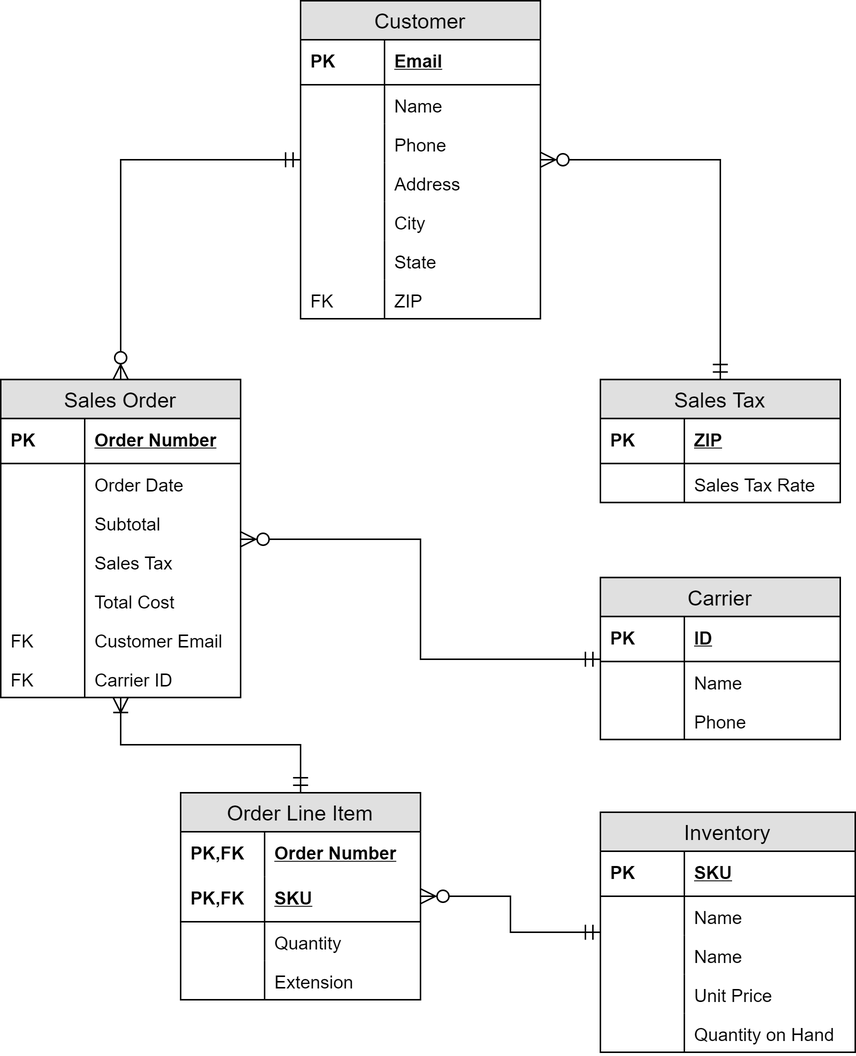
The draw.io diagram images/normal-step10.png in accountingarchitecture/accountingarchitecture.github.io, before a commit. Source tidied: cells renumbered, new cells last; positions are measured from the earlier drawing's top-left corner, leaving out a move shared by most shapes.
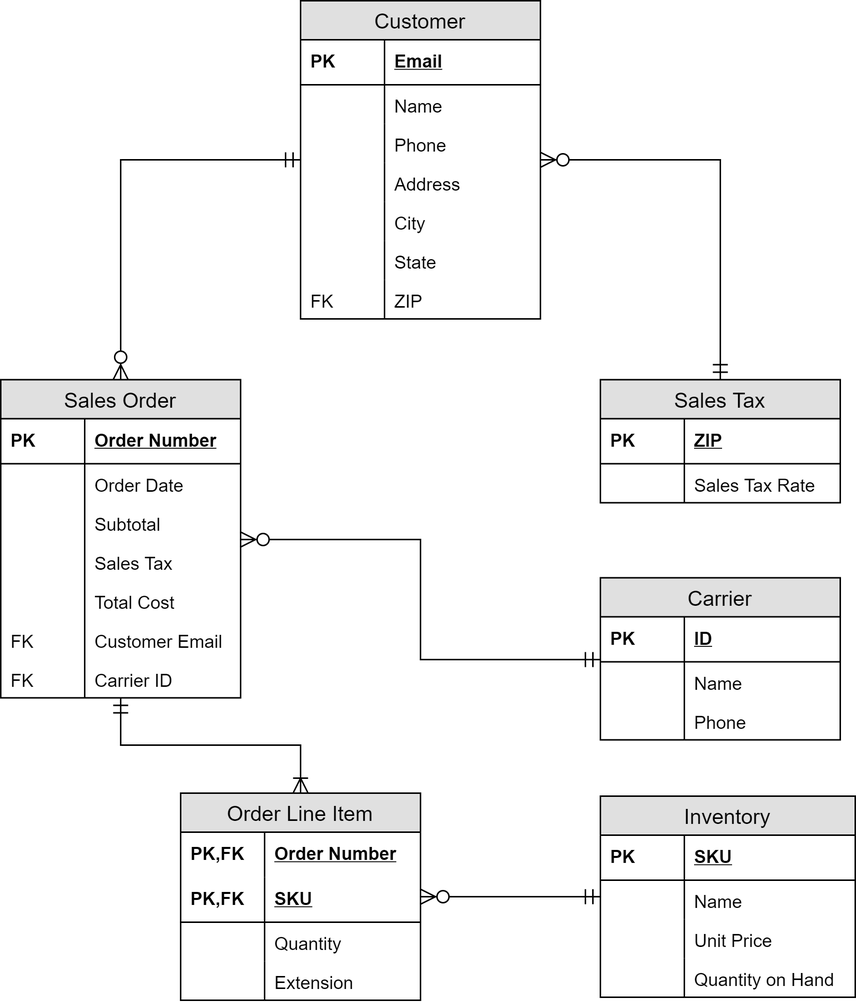
After the commit.

The edit, as a diff of the source:
```diff
@@ -2,7 +2,7 @@
   <root>
     <mxCell id="0" />
     <mxCell id="1" parent="0" />
-    <mxCell id="2" style="edgeStyle=orthogonalEdgeStyle;rounded=0;jettySize=auto;html=1;endSize=8;startSize=8;startArrow=ERmandOne;startFill=0;endArrow=ERzeroToMany;endFill=1;" parent="1" edge="1" source="3" target="44">
+    <mxCell id="2" style="edgeStyle=orthogonalEdgeStyle;rounded=0;jettySize=auto;html=1;endSize=8;startSize=8;startArrow=ERmandOne;startFill=0;endArrow=ERzeroToMany;endFill=1;" parent="1" edge="1" source="3" target="42">
       <mxGeometry relative="1" as="geometry">
         <Array as="points">
           <mxPoint x="80" y="106" />
@@ -54,7 +54,7 @@
     <mxCell id="17" value="FK" style="shape=partialRectangle;top=0;left=0;bottom=0;fillColor=none;align=left;verticalAlign=top;spacingLeft=4;spacingRight=4;overflow=hidden;fontSize=12;" parent="16" vertex="1">
       <mxGeometry width="56" height="26" as="geometry" />
     </mxCell>
-    <mxCell id="18" style="edgeStyle=orthogonalEdgeStyle;rounded=0;jettySize=auto;html=1;endSize=8;startSize=8;startArrow=ERmandOne;startFill=0;endArrow=ERzeroToMany;endFill=1;" parent="1" edge="1" source="19" target="44">
+    <mxCell id="18" style="edgeStyle=orthogonalEdgeStyle;rounded=0;jettySize=auto;html=1;endSize=8;startSize=8;startArrow=ERmandOne;startFill=0;endArrow=ERzeroToMany;endFill=1;" parent="1" edge="1" source="19" target="42">
       <mxGeometry relative="1" as="geometry" />
     </mxCell>
     <mxCell id="19" value="Carrier" style="swimlane;fontStyle=0;horizontal=1;startSize=26;fillColor=#e0e0e0;swimlaneFillColor=#ffffff;align=center;fontSize=14;" parent="1" vertex="1">
@@ -100,11 +100,11 @@
     <mxCell id="31" style="shape=partialRectangle;top=0;left=0;bottom=0;fillColor=none;align=left;verticalAlign=top;spacingLeft=4;spacingRight=4;overflow=hidden;fontSize=12;" parent="30" vertex="1">
       <mxGeometry width="56" height="26" as="geometry" />
     </mxCell>
-    <mxCell id="32" style="edgeStyle=orthogonalEdgeStyle;rounded=0;jettySize=auto;html=1;startArrow=ERmandOne;startFill=0;startSize=8;endArrow=ERzeroToMany;endFill=1;endSize=8;" parent="1" edge="1" source="33" target="60">
+    <mxCell id="32" style="edgeStyle=orthogonalEdgeStyle;rounded=0;jettySize=auto;html=1;startArrow=ERmandOne;startFill=0;startSize=8;endArrow=ERzeroToMany;endFill=1;endSize=8;" parent="1" edge="1" source="33" target="58">
       <mxGeometry relative="1" as="geometry" />
     </mxCell>
     <mxCell id="33" value="Inventory" style="swimlane;fontStyle=0;horizontal=1;startSize=26;fillColor=#e0e0e0;swimlaneFillColor=#ffffff;align=center;fontSize=14;" parent="1" vertex="1">
-      <mxGeometry x="400" y="541" width="170" height="160" as="geometry" />
+      <mxGeometry x="400" y="530" width="170" height="134" as="geometry" />
     </mxCell>
     <mxCell id="34" value="SKU" style="shape=partialRectangle;top=0;left=0;right=0;bottom=1;align=left;verticalAlign=middle;fillColor=none;spacingLeft=60;spacingRight=4;overflow=hidden;fontStyle=5;fontSize=12;" parent="33" vertex="1">
       <mxGeometry y="26" width="170" height="30" as="geometry" />
@@ -118,98 +118,92 @@
     <mxCell id="37" style="shape=partialRectangle;top=0;left=0;bottom=0;fillColor=none;align=left;verticalAlign=top;spacingLeft=4;spacingRight=4;overflow=hidden;fontSize=12;" parent="36" vertex="1">
       <mxGeometry width="56" height="26" as="geometry" />
     </mxCell>
-    <mxCell id="38" value="Name" style="shape=partialRectangle;top=0;left=0;right=0;bottom=0;align=left;verticalAlign=top;fillColor=none;spacingLeft=60;spacingRight=4;overflow=hidden;fontSize=12;" parent="33" vertex="1">
+    <mxCell id="38" value="Unit Price" style="shape=partialRectangle;top=0;left=0;right=0;bottom=0;align=left;verticalAlign=top;fillColor=none;spacingLeft=60;spacingRight=4;overflow=hidden;fontSize=12;" parent="33" vertex="1">
       <mxGeometry y="82" width="170" height="26" as="geometry" />
     </mxCell>
     <mxCell id="39" style="shape=partialRectangle;top=0;left=0;bottom=0;fillColor=none;align=left;verticalAlign=top;spacingLeft=4;spacingRight=4;overflow=hidden;fontSize=12;" parent="38" vertex="1">
       <mxGeometry width="56" height="26" as="geometry" />
     </mxCell>
-    <mxCell id="40" value="Unit Price" style="shape=partialRectangle;top=0;left=0;right=0;bottom=0;align=left;verticalAlign=top;fillColor=none;spacingLeft=60;spacingRight=4;overflow=hidden;fontSize=12;" parent="33" vertex="1">
+    <mxCell id="40" value="Quantity on Hand" style="shape=partialRectangle;top=0;left=0;right=0;bottom=0;align=left;verticalAlign=top;fillColor=none;spacingLeft=60;spacingRight=4;overflow=hidden;fontSize=12;" parent="33" vertex="1">
       <mxGeometry y="108" width="170" height="26" as="geometry" />
     </mxCell>
     <mxCell id="41" style="shape=partialRectangle;top=0;left=0;bottom=0;fillColor=none;align=left;verticalAlign=top;spacingLeft=4;spacingRight=4;overflow=hidden;fontSize=12;" parent="40" vertex="1">
       <mxGeometry width="56" height="26" as="geometry" />
     </mxCell>
-    <mxCell id="42" value="Quantity on Hand" style="shape=partialRectangle;top=0;left=0;right=0;bottom=0;align=left;verticalAlign=top;fillColor=none;spacingLeft=60;spacingRight=4;overflow=hidden;points=[[0,0.5],[1,0.5]];portConstraint=eastwest;fontSize=12;" parent="33" vertex="1">
-      <mxGeometry y="134" width="170" height="26" as="geometry" />
+    <mxCell id="42" value="Sales Order" style="swimlane;fontStyle=0;horizontal=1;startSize=26;fillColor=#e0e0e0;swimlaneFillColor=#ffffff;align=center;fontSize=14;" parent="1" vertex="1">
+      <mxGeometry y="252.5" width="160" height="212" as="geometry" />
     </mxCell>
-    <mxCell id="43" style="shape=partialRectangle;top=0;left=0;bottom=0;fillColor=none;align=left;verticalAlign=top;spacingLeft=4;spacingRight=4;overflow=hidden;fontSize=12;" parent="42" vertex="1">
-      <mxGeometry width="56" height="26" as="geometry" />
+    <mxCell id="43" value="Order Number" style="shape=partialRectangle;top=0;left=0;right=0;bottom=1;align=left;verticalAlign=middle;fillColor=none;spacingLeft=60;spacingRight=4;overflow=hidden;fontStyle=5;fontSize=12;" parent="42" vertex="1">
+      <mxGeometry y="26" width="160" height="30" as="geometry" />
     </mxCell>
-    <mxCell id="44" value="Sales Order" style="swimlane;fontStyle=0;horizontal=1;startSize=26;fillColor=#e0e0e0;swimlaneFillColor=#ffffff;align=center;fontSize=14;" parent="1" vertex="1">
-      <mxGeometry y="252.5" width="160" height="212" as="geometry" />
+    <mxCell id="44" value="PK" style="shape=partialRectangle;fontStyle=1;top=0;left=0;bottom=0;fillColor=none;align=left;verticalAlign=middle;spacingLeft=4;spacingRight=4;overflow=hidden;points=[];portConstraint=eastwest;fontSize=12;" parent="43" vertex="1">
+      <mxGeometry width="56" height="30" as="geometry" />
     </mxCell>
-    <mxCell id="45" value="Order Number" style="shape=partialRectangle;top=0;left=0;right=0;bottom=1;align=left;verticalAlign=middle;fillColor=none;spacingLeft=60;spacingRight=4;overflow=hidden;fontStyle=5;fontSize=12;" parent="44" vertex="1">
-      <mxGeometry y="26" width="160" height="30" as="geometry" />
+    <mxCell id="45" value="Order Date" style="shape=partialRectangle;top=0;left=0;right=0;bottom=0;align=left;verticalAlign=top;fillColor=none;spacingLeft=60;spacingRight=4;overflow=hidden;fontSize=12;" parent="42" vertex="1">
+      <mxGeometry y="56" width="160" height="26" as="geometry" />
     </mxCell>
-    <mxCell id="46" value="PK" style="shape=partialRectangle;fontStyle=1;top=0;left=0;bottom=0;fillColor=none;align=left;verticalAlign=middle;spacingLeft=4;spacingRight=4;overflow=hidden;fontSize=12;" parent="45" vertex="1">
-      <mxGeometry width="56" height="30" as="geometry" />
+    <mxCell id="46" style="shape=partialRectangle;top=0;left=0;bottom=0;fillColor=none;align=left;verticalAlign=top;spacingLeft=4;spacingRight=4;overflow=hidden;fontSize=12;" parent="45" vertex="1">
+      <mxGeometry width="56" height="26" as="geometry" />
     </mxCell>
-    <mxCell id="47" value="Order Date" style="shape=partialRectangle;top=0;left=0;right=0;bottom=0;align=left;verticalAlign=top;fillColor=none;spacingLeft=60;spacingRight=4;overflow=hidden;fontSize=12;" parent="44" vertex="1">
-      <mxGeometry y="56" width="160" height="26" as="geometry" />
+    <mxCell id="47" value="Subtotal&#10;" style="shape=partialRectangle;top=0;left=0;right=0;bottom=0;align=left;verticalAlign=top;fillColor=none;spacingLeft=60;spacingRight=4;overflow=hidden;fontSize=12;" parent="42" vertex="1">
+      <mxGeometry y="82" width="160" height="26" as="geometry" />
     </mxCell>
     <mxCell id="48" style="shape=partialRectangle;top=0;left=0;bottom=0;fillColor=none;align=left;verticalAlign=top;spacingLeft=4;spacingRight=4;overflow=hidden;fontSize=12;" parent="47" vertex="1">
       <mxGeometry width="56" height="26" as="geometry" />
     </mxCell>
-    <mxCell id="49" value="Subtotal&#10;" style="shape=partialRectangle;top=0;left=0;right=0;bottom=0;align=left;verticalAlign=top;fillColor=none;spacingLeft=60;spacingRight=4;overflow=hidden;fontSize=12;" parent="44" vertex="1">
-      <mxGeometry y="82" width="160" height="26" as="geometry" />
+    <mxCell id="49" value="Sales Tax&#10;" style="shape=partialRectangle;top=0;left=0;right=0;bottom=0;align=left;verticalAlign=top;fillColor=none;spacingLeft=60;spacingRight=4;overflow=hidden;fontSize=12;" parent="42" vertex="1">
+      <mxGeometry y="108" width="160" height="26" as="geometry" />
     </mxCell>
     <mxCell id="50" style="shape=partialRectangle;top=0;left=0;bottom=0;fillColor=none;align=left;verticalAlign=top;spacingLeft=4;spacingRight=4;overflow=hidden;fontSize=12;" parent="49" vertex="1">
       <mxGeometry width="56" height="26" as="geometry" />
     </mxCell>
-    <mxCell id="51" value="Sales Tax&#10;" style="shape=partialRectangle;top=0;left=0;right=0;bottom=0;align=left;verticalAlign=top;fillColor=none;spacingLeft=60;spacingRight=4;overflow=hidden;fontSize=12;" parent="44" vertex="1">
-      <mxGeometry y="108" width="160" height="26" as="geometry" />
+    <mxCell id="51" value="Total Cost&#10;" style="shape=partialRectangle;top=0;left=0;right=0;bottom=0;align=left;verticalAlign=top;fillColor=none;spacingLeft=60;spacingRight=4;overflow=hidden;fontSize=12;" parent="42" vertex="1">
+      <mxGeometry y="134" width="160" height="26" as="geometry" />
     </mxCell>
     <mxCell id="52" style="shape=partialRectangle;top=0;left=0;bottom=0;fillColor=none;align=left;verticalAlign=top;spacingLeft=4;spacingRight=4;overflow=hidden;fontSize=12;" parent="51" vertex="1">
       <mxGeometry width="56" height="26" as="geometry" />
     </mxCell>
-    <mxCell id="53" value="Total Cost&#10;" style="shape=partialRectangle;top=0;left=0;right=0;bottom=0;align=left;verticalAlign=top;fillColor=none;spacingLeft=60;spacingRight=4;overflow=hidden;fontSize=12;" parent="44" vertex="1">
-      <mxGeometry y="134" width="160" height="26" as="geometry" />
+    <mxCell id="53" value="Customer Email&#10;" style="shape=partialRectangle;top=0;left=0;right=0;bottom=0;align=left;verticalAlign=top;fillColor=none;spacingLeft=60;spacingRight=4;overflow=hidden;fontSize=12;" parent="42" vertex="1">
+      <mxGeometry y="160" width="160" height="26" as="geometry" />
     </mxCell>
-    <mxCell id="54" style="shape=partialRectangle;top=0;left=0;bottom=0;fillColor=none;align=left;verticalAlign=top;spacingLeft=4;spacingRight=4;overflow=hidden;fontSize=12;" parent="53" vertex="1">
+    <mxCell id="54" value="FK" style="shape=partialRectangle;top=0;left=0;bottom=0;fillColor=none;align=left;verticalAlign=top;spacingLeft=4;spacingRight=4;overflow=hidden;fontSize=12;" parent="53" vertex="1">
       <mxGeometry width="56" height="26" as="geometry" />
     </mxCell>
-    <mxCell id="55" value="Customer Email&#10;" style="shape=partialRectangle;top=0;left=0;right=0;bottom=0;align=left;verticalAlign=top;fillColor=none;spacingLeft=60;spacingRight=4;overflow=hidden;fontSize=12;" parent="44" vertex="1">
-      <mxGeometry y="160" width="160" height="26" as="geometry" />
+    <mxCell id="55" value="Carrier ID&#10;" style="shape=partialRectangle;top=0;left=0;right=0;bottom=0;align=left;verticalAlign=top;fillColor=none;spacingLeft=60;spacingRight=4;overflow=hidden;fontSize=12;" parent="42" vertex="1">
+      <mxGeometry y="186" width="160" height="26" as="geometry" />
     </mxCell>
     <mxCell id="56" value="FK" style="shape=partialRectangle;top=0;left=0;bottom=0;fillColor=none;align=left;verticalAlign=top;spacingLeft=4;spacingRight=4;overflow=hidden;fontSize=12;" parent="55" vertex="1">
       <mxGeometry width="56" height="26" as="geometry" />
     </mxCell>
-    <mxCell id="57" value="Carrier ID&#10;" style="shape=partialRectangle;top=0;left=0;right=0;bottom=0;align=left;verticalAlign=top;fillColor=none;spacingLeft=60;spacingRight=4;overflow=hidden;fontSize=12;" parent="44" vertex="1">
-      <mxGeometry y="186" width="160" height="26" as="geometry" />
+    <mxCell id="57" style="edgeStyle=orthogonalEdgeStyle;rounded=0;jettySize=auto;html=1;startArrow=ERoneToMany;startFill=0;startSize=8;endArrow=ERmandOne;endFill=0;endSize=8;" parent="1" edge="1" source="58" target="42">
+      <mxGeometry relative="1" as="geometry" />
     </mxCell>
-    <mxCell id="58" value="FK" style="shape=partialRectangle;top=0;left=0;bottom=0;fillColor=none;align=left;verticalAlign=top;spacingLeft=4;spacingRight=4;overflow=hidden;points=[];portConstraint=eastwest;fontSize=12;" parent="57" vertex="1">
-      <mxGeometry width="56" height="26" as="geometry" />
+    <mxCell id="58" value="Order Line Item" style="swimlane;fontStyle=0;horizontal=1;startSize=26;fillColor=#e0e0e0;swimlaneFillColor=#ffffff;align=center;fontSize=14;" parent="1" vertex="1">
+      <mxGeometry x="120" y="528" width="160" height="138" as="geometry" />
     </mxCell>
-    <mxCell id="59" style="edgeStyle=orthogonalEdgeStyle;rounded=0;jettySize=auto;html=1;startArrow=ERmandOne;startFill=0;startSize=8;endArrow=ERoneToMany;endFill=0;endSize=8;" parent="1" edge="1" source="60" target="44">
-      <mxGeometry relative="1" as="geometry" />
+    <mxCell id="59" value="Order Number" style="shape=partialRectangle;top=0;left=0;right=0;bottom=0;align=left;verticalAlign=middle;fillColor=none;spacingLeft=60;spacingRight=4;overflow=hidden;fontStyle=5;fontSize=12;" parent="58" vertex="1">
+      <mxGeometry y="26" width="160" height="30" as="geometry" />
     </mxCell>
-    <mxCell id="60" value="Order Line Item" style="swimlane;fontStyle=0;horizontal=1;startSize=26;fillColor=#e0e0e0;swimlaneFillColor=#ffffff;align=center;fontSize=14;" parent="1" vertex="1">
-      <mxGeometry x="120" y="528" width="160" height="138" as="geometry" />
+    <mxCell id="60" value="PK,FK" style="shape=partialRectangle;fontStyle=1;top=0;left=0;bottom=0;fillColor=none;align=left;verticalAlign=middle;spacingLeft=4;spacingRight=4;overflow=hidden;points=[];portConstraint=eastwest;fontSize=12;" parent="59" vertex="1">
+      <mxGeometry width="56" height="30" as="geometry" />
     </mxCell>
-    <mxCell id="61" value="Order Number" style="shape=partialRectangle;top=0;left=0;right=0;bottom=0;align=left;verticalAlign=middle;fillColor=none;spacingLeft=60;spacingRight=4;overflow=hidden;fontStyle=5;fontSize=12;" parent="60" vertex="1">
-      <mxGeometry y="26" width="160" height="30" as="geometry" />
+    <mxCell id="61" value="SKU" style="shape=partialRectangle;top=0;left=0;right=0;bottom=1;align=left;verticalAlign=middle;fillColor=none;spacingLeft=60;spacingRight=4;overflow=hidden;fontStyle=5;fontSize=12;" parent="58" vertex="1">
+      <mxGeometry y="56" width="160" height="30" as="geometry" />
     </mxCell>
     <mxCell id="62" value="PK,FK" style="shape=partialRectangle;fontStyle=1;top=0;left=0;bottom=0;fillColor=none;align=left;verticalAlign=middle;spacingLeft=4;spacingRight=4;overflow=hidden;fontSize=12;" parent="61" vertex="1">
       <mxGeometry width="56" height="30" as="geometry" />
     </mxCell>
-    <mxCell id="63" value="SKU" style="shape=partialRectangle;top=0;left=0;right=0;bottom=1;align=left;verticalAlign=middle;fillColor=none;spacingLeft=60;spacingRight=4;overflow=hidden;fontStyle=5;fontSize=12;" parent="60" vertex="1">
-      <mxGeometry y="56" width="160" height="30" as="geometry" />
+    <mxCell id="63" value="Quantity" style="shape=partialRectangle;top=0;left=0;right=0;bottom=0;align=left;verticalAlign=top;fillColor=none;spacingLeft=60;spacingRight=4;overflow=hidden;fontSize=12;" parent="58" vertex="1">
+      <mxGeometry y="86" width="160" height="26" as="geometry" />
     </mxCell>
-    <mxCell id="64" value="PK,FK" style="shape=partialRectangle;fontStyle=1;top=0;left=0;bottom=0;fillColor=none;align=left;verticalAlign=middle;spacingLeft=4;spacingRight=4;overflow=hidden;fontSize=12;" parent="63" vertex="1">
-      <mxGeometry width="56" height="30" as="geometry" />
+    <mxCell id="64" style="shape=partialRectangle;top=0;left=0;bottom=0;fillColor=none;align=left;verticalAlign=top;spacingLeft=4;spacingRight=4;overflow=hidden;fontSize=12;" parent="63" vertex="1">
+      <mxGeometry width="56" height="26" as="geometry" />
     </mxCell>
-    <mxCell id="65" value="Quantity" style="shape=partialRectangle;top=0;left=0;right=0;bottom=0;align=left;verticalAlign=top;fillColor=none;spacingLeft=60;spacingRight=4;overflow=hidden;fontSize=12;" parent="60" vertex="1">
-      <mxGeometry y="86" width="160" height="26" as="geometry" />
+    <mxCell id="65" value="Extension" style="shape=partialRectangle;top=0;left=0;right=0;bottom=0;align=left;verticalAlign=top;fillColor=none;spacingLeft=60;spacingRight=4;overflow=hidden;fontSize=12;" parent="58" vertex="1">
+      <mxGeometry y="112" width="160" height="26" as="geometry" />
     </mxCell>
     <mxCell id="66" style="shape=partialRectangle;top=0;left=0;bottom=0;fillColor=none;align=left;verticalAlign=top;spacingLeft=4;spacingRight=4;overflow=hidden;fontSize=12;" parent="65" vertex="1">
       <mxGeometry width="56" height="26" as="geometry" />
     </mxCell>
-    <mxCell id="67" value="Extension" style="shape=partialRectangle;top=0;left=0;right=0;bottom=0;align=left;verticalAlign=top;fillColor=none;spacingLeft=60;spacingRight=4;overflow=hidden;fontSize=12;" parent="60" vertex="1">
-      <mxGeometry y="112" width="160" height="26" as="geometry" />
-    </mxCell>
-    <mxCell id="68" style="shape=partialRectangle;top=0;left=0;bottom=0;fillColor=none;align=left;verticalAlign=top;spacingLeft=4;spacingRight=4;overflow=hidden;fontSize=12;" parent="67" vertex="1">
-      <mxGeometry width="56" height="26" as="geometry" />
-    </mxCell>
   </root>
 </mxGraphModel>
```
